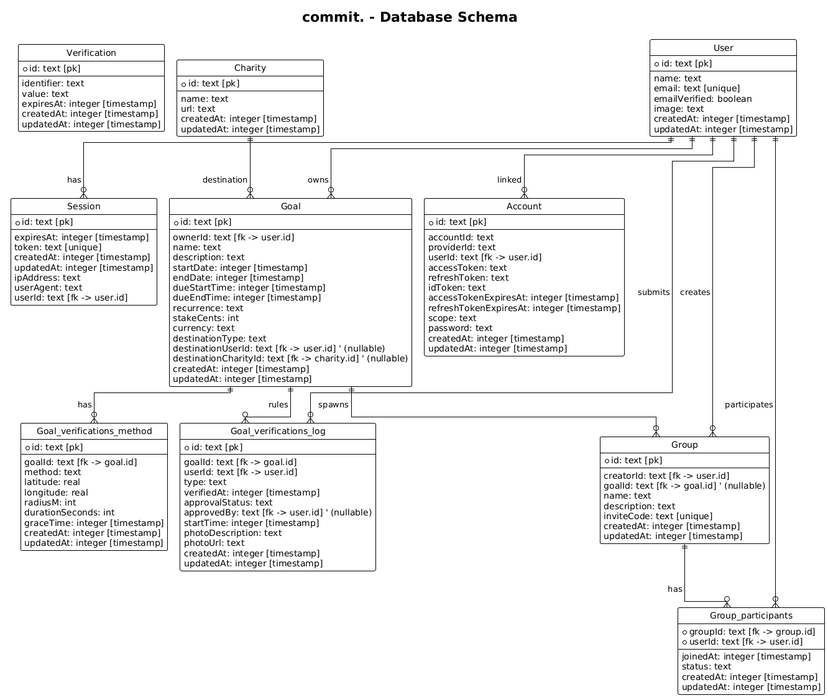
getcommitapp/commit keeps this PlantUML diagram as docs/db-schema.png. Above is the earlier version.
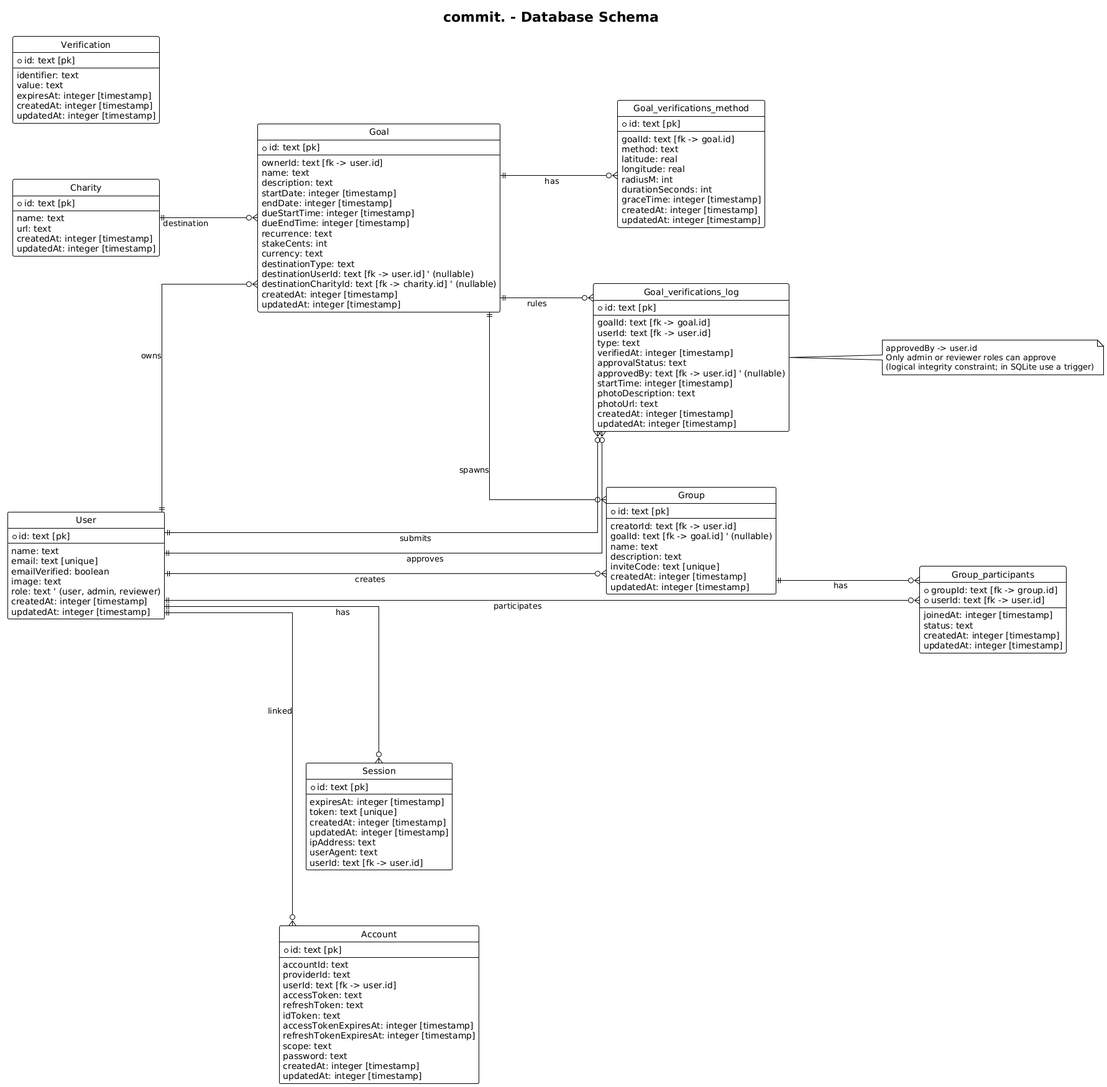
Above is the later version.

Commit message:
feat(api, types): add role to user table and update types (#114)

What changed in the source:
```diff
@@ -1,7 +1,6 @@
 @startuml db-schema
 title commit. - Database Schema
 !theme plain
-!pragma layout elk
 left to right direction
 hide circle
 hide methods
@@ -21,6 +20,7 @@
   email: text [unique]
   emailVerified: boolean
   image: text
+  role: text ' (user, admin, reviewer)
   createdAt: integer [timestamp]
   updatedAt: integer [timestamp]
 }
@@ -147,6 +147,7 @@
 
 user ||--o{ goal : owns
 user ||--o{ goal_verifications_log : submits
+user ||--o{ goal_verifications_log : approves
 user ||--o{ group : creates
 user ||--o{ group_participants : participates
 user ||--o{ session : has
@@ -160,4 +161,10 @@
 
 group ||--o{ group_participants : has
 
+note right of goal_verifications_log
+approvedBy -> user.id
+Only admin or reviewer roles can approve
+(logical integrity constraint; in SQLite use a trigger)
+end note
+
 @enduml
```
